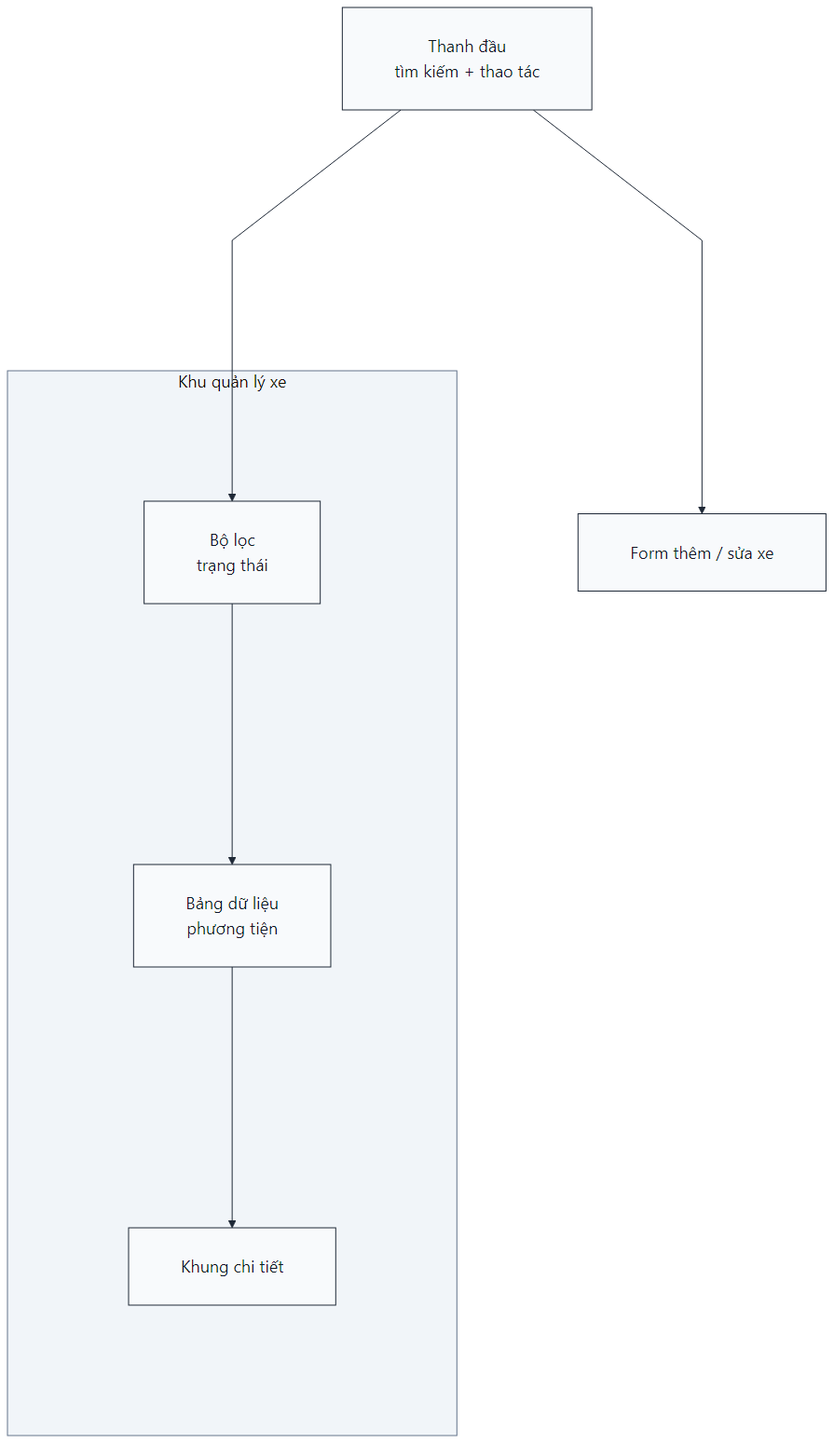
anmh1205/IoT_Vehicle_Tracking_System keeps this Mermaid diagram as resources/reports/thesis/final/assets/figures/09-chuong-4-trien-khai-cloud-hinh-4-21.png. Above is the earlier version. Its source is kept beside it as resources/reports/thesis/final/assets/uml/09-chuong-4-trien-khai-cloud-hinh-4-21.mmd. Its diagram source:
```mermaid
flowchart TB
    Header["Thanh đầu
tìm kiếm + thao tác"]

    subgraph Workspace["Khu quản lý xe"]
        direction LR
        Filter["Bộ lọc
trạng thái"]
        Table["Bảng dữ liệu
phương tiện"]
        Detail["Khung chi tiết"]
    end

    Form["Form thêm / sửa xe"]

    Header --> Filter
    Filter --> Table
    Table --> Detail
    Header --> Form
```
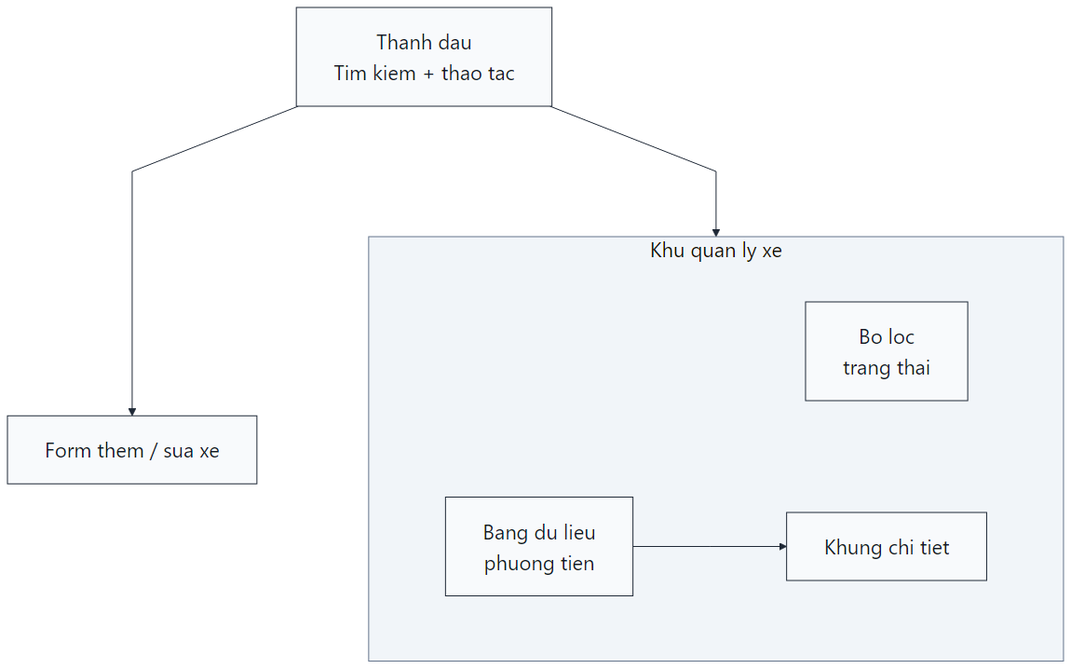
The same diagram one commit later.

Change to the diagram source:
```diff
@@ -1,19 +1,15 @@
 flowchart TB
-    Header["Thanh đầu
-tìm kiếm + thao tác"]
+    Header["Thanh dau<br/>Tim kiem + thao tac"]
 
-    subgraph Workspace["Khu quản lý xe"]
+    subgraph Workspace["Khu quan ly xe"]
         direction LR
-        Filter["Bộ lọc
-trạng thái"]
-        Table["Bảng dữ liệu
-phương tiện"]
-        Detail["Khung chi tiết"]
+        Filter["Bo loc<br/>trang thai"]
+        Table["Bang du lieu<br/>phuong tien"]
+        Detail["Khung chi tiet"]
     end
 
-    Form["Form thêm / sửa xe"]
+    Form["Form them / sua xe"]
 
-    Header --> Filter
-    Filter --> Table
+    Header --> Workspace
     Table --> Detail
     Header --> Form
```
